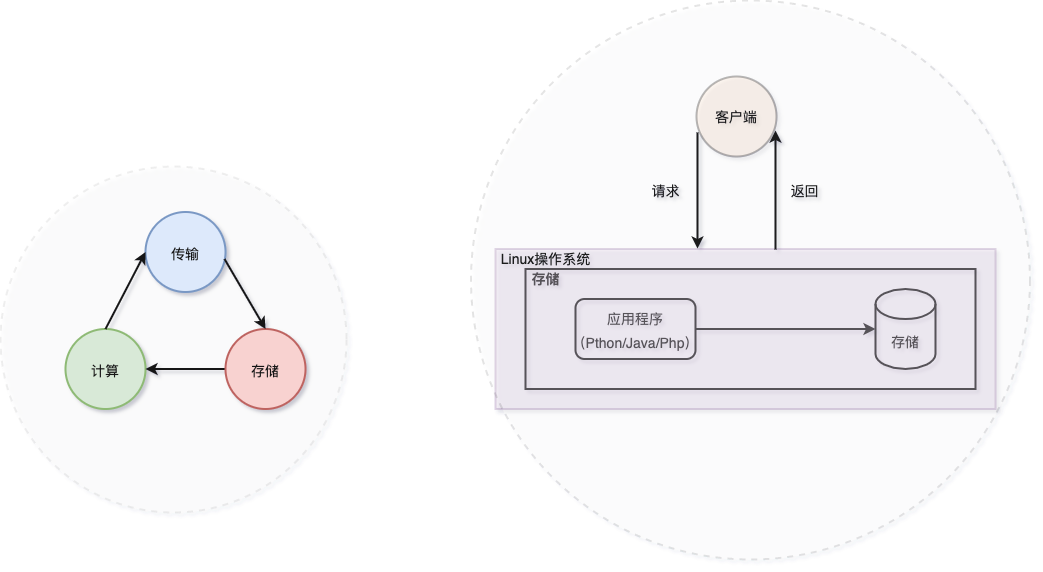
piqiu96/aqiucdn keeps this draw.io diagram as imgs/codelife/university/simple_example.png. Above is the earlier version. Source tidied: cells renumbered, new cells last; positions are measured from the earlier drawing's top-left corner, leaving out a move shared by most shapes. Its diagram source:
```xml
<mxGraphModel shadow="1">
  <root>
    <mxCell id="0" />
    <mxCell id="1" parent="0" />
    <mxCell id="2" value="&lt;font style=&quot;font-size: 14px&quot;&gt;传输&lt;/font&gt;" style="ellipse;whiteSpace=wrap;html=1;shadow=0;fontSize=20;strokeWidth=2;fillColor=#dae8fc;strokeColor=#6c8ebf;" parent="1" vertex="1">
      <mxGeometry x="145" y="211.5" width="80" height="80" as="geometry" />
    </mxCell>
    <mxCell id="3" value="&lt;font style=&quot;font-size: 14px&quot;&gt;计算&lt;/font&gt;" style="ellipse;whiteSpace=wrap;html=1;shadow=0;fontSize=20;strokeWidth=2;fillColor=#d5e8d4;strokeColor=#82b366;" parent="1" vertex="1">
      <mxGeometry x="65" y="328.5" width="80" height="80" as="geometry" />
    </mxCell>
    <mxCell id="4" style="edgeStyle=orthogonalEdgeStyle;rounded=0;jettySize=auto;html=1;fontSize=20;strokeWidth=2;" parent="1" edge="1" source="5" target="3">
      <mxGeometry relative="1" as="geometry" />
    </mxCell>
    <mxCell id="5" value="&lt;font style=&quot;font-size: 14px&quot;&gt;存储&lt;/font&gt;" style="ellipse;whiteSpace=wrap;html=1;shadow=0;fontSize=20;strokeWidth=2;fillColor=#f8cecc;strokeColor=#b85450;" parent="1" vertex="1">
      <mxGeometry x="225" y="328.5" width="80" height="80" as="geometry" />
    </mxCell>
    <mxCell id="6" style="endArrow=classic;html=1;rounded=1;fontSize=20;exitX=0.988;exitY=0.588;exitDx=0;exitDy=0;exitPerimeter=0;entryX=0.5;entryY=0;entryDx=0;entryDy=0;strokeWidth=2;" parent="1" edge="1" source="2" target="5">
      <mxGeometry relative="1" as="geometry" />
    </mxCell>
    <mxCell id="7" style="endArrow=classic;html=1;rounded=0;fontSize=20;entryX=0;entryY=0.5;entryDx=0;entryDy=0;exitX=0.5;exitY=0;exitDx=0;exitDy=0;strokeWidth=2;" parent="1" edge="1" source="3" target="2">
      <mxGeometry relative="1" as="geometry" />
    </mxCell>
    <mxCell id="8" style="edgeStyle=orthogonalEdgeStyle;rounded=1;jettySize=auto;html=1;fontSize=14;strokeWidth=2;entryX=0;entryY=0.5;entryDx=0;entryDy=0;entryPerimeter=0;" parent="1" edge="1" source="9" target="10">
      <mxGeometry relative="1" as="geometry" />
    </mxCell>
    <mxCell id="9" value="&lt;font style=&quot;font-size: 14px&quot;&gt;应用程序（Pthon/Java/Php）&lt;/font&gt;" style="rounded=1;whiteSpace=wrap;html=1;shadow=0;fontSize=20;strokeWidth=2;fillColor=none;" parent="1" vertex="1">
      <mxGeometry x="575" y="298.5" width="120" height="60" as="geometry" />
    </mxCell>
    <mxCell id="10" value="存储" style="shape=cylinder3;whiteSpace=wrap;html=1;boundedLbl=1;backgroundOutline=1;size=15;shadow=0;fontSize=14;strokeWidth=2;fillColor=none;" parent="1" vertex="1">
      <mxGeometry x="875" y="288.5" width="60" height="80" as="geometry" />
    </mxCell>
    <mxCell id="11" style="rounded=0;whiteSpace=wrap;html=1;shadow=0;fontSize=14;strokeWidth=2;fillColor=none;" parent="1" vertex="1">
      <mxGeometry x="525" y="268.5" width="450" height="120" as="geometry" />
    </mxCell>
    <mxCell id="12" value="&lt;font style=&quot;font-size: 14px&quot;&gt;存储&lt;/font&gt;" style="text;html=1;align=center;verticalAlign=middle;strokeColor=none;fillColor=none;fontSize=16;fontStyle=1;" parent="1" vertex="1">
      <mxGeometry x="525" y="269.5" width="40" height="20" as="geometry" />
    </mxCell>
    <mxCell id="13" style="rounded=0;whiteSpace=wrap;html=1;shadow=0;fontSize=16;strokeWidth=2;fillColor=#e1d5e7;labelBackgroundColor=none;opacity=30;strokeColor=#9673a6;" parent="1" vertex="1">
      <mxGeometry x="495" y="248.5" width="500" height="160" as="geometry" />
    </mxCell>
    <mxCell id="14" value="&lt;font style=&quot;font-size: 14px&quot;&gt;Linux操作系统&lt;/font&gt;" style="text;html=1;align=center;verticalAlign=middle;strokeColor=none;fillColor=none;fontSize=16;" parent="1" vertex="1">
      <mxGeometry x="495" y="248.5" width="100" height="20" as="geometry" />
    </mxCell>
    <mxCell id="15" value="客户端" style="ellipse;whiteSpace=wrap;html=1;shadow=0;labelBackgroundColor=none;fontSize=14;strokeWidth=2;fillColor=#FFE6CC;opacity=30;" parent="1" vertex="1">
      <mxGeometry x="696" y="76" width="80" height="80" as="geometry" />
    </mxCell>
    <mxCell id="16" style="endArrow=classic;html=1;rounded=1;fontSize=14;strokeWidth=2;entryX=0.404;entryY=-0.016;entryDx=0;entryDy=0;entryPerimeter=0;" parent="1" edge="1">
      <mxGeometry relative="1" as="geometry">
        <mxPoint x="697" y="132" as="sourcePoint" />
        <mxPoint x="697" y="247.9" as="targetPoint" />
        <Array as="points">
          <mxPoint x="697" y="172" />
          <mxPoint x="697" y="212" />
        </Array>
      </mxGeometry>
    </mxCell>
    <mxCell id="17" style="endArrow=classic;html=1;rounded=1;fontSize=14;strokeWidth=2;exitX=0.56;exitY=0.003;exitDx=0;exitDy=0;exitPerimeter=0;" parent="1" edge="1" source="13">
      <mxGeometry relative="1" as="geometry">
        <mxPoint x="775" y="130" as="targetPoint" />
      </mxGeometry>
    </mxCell>
    <mxCell id="18" value="请求" style="text;html=1;align=center;verticalAlign=middle;strokeColor=none;fillColor=none;fontSize=14;" parent="1" vertex="1">
      <mxGeometry x="645" y="180" width="40" height="20" as="geometry" />
    </mxCell>
    <mxCell id="19" value="返回" style="text;html=1;align=center;verticalAlign=middle;strokeColor=none;fillColor=none;fontSize=14;" parent="1" vertex="1">
      <mxGeometry x="784" y="180" width="40" height="20" as="geometry" />
    </mxCell>
    <mxCell id="20" style="ellipse;whiteSpace=wrap;html=1;shadow=0;labelBackgroundColor=none;fontSize=14;strokeWidth=2;fillColor=#f5f5f5;opacity=10;dashed=1;fontColor=#333333;strokeColor=#666666;" parent="1" vertex="1">
      <mxGeometry y="166" width="346" height="346" as="geometry" />
    </mxCell>
    <mxCell id="21" style="ellipse;whiteSpace=wrap;html=1;shadow=0;labelBackgroundColor=none;fontSize=14;strokeWidth=2;opacity=10;dashed=1;" parent="1" vertex="1">
      <mxGeometry x="470.5" width="559" height="559" as="geometry" />
    </mxCell>
  </root>
</mxGraphModel>
```
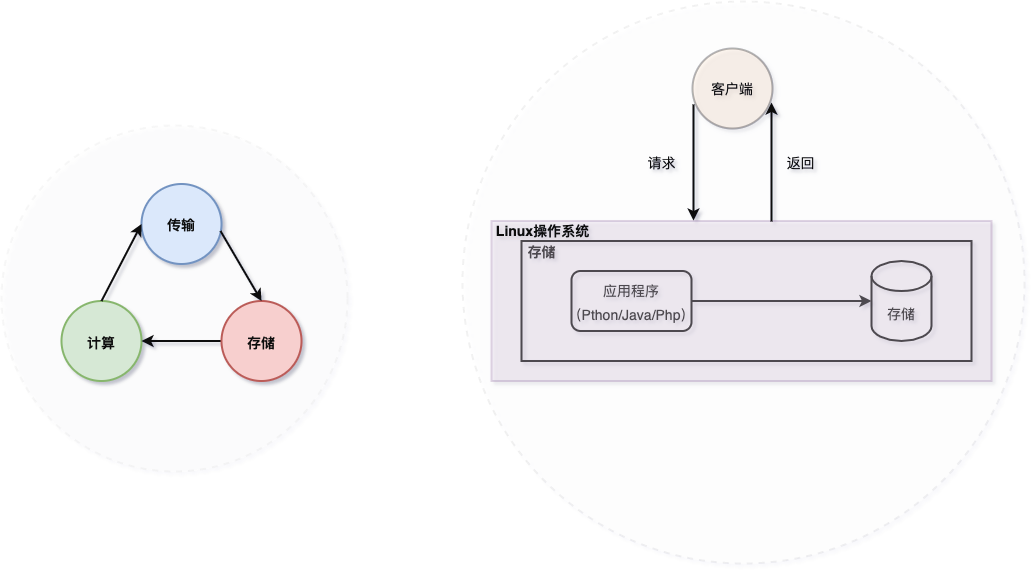
After the commit.

Change to the diagram source:
```diff
@@ -2,16 +2,16 @@
   <root>
     <mxCell id="0" />
     <mxCell id="1" parent="0" />
-    <mxCell id="2" value="&lt;font style=&quot;font-size: 14px&quot;&gt;传输&lt;/font&gt;" style="ellipse;whiteSpace=wrap;html=1;shadow=0;fontSize=20;strokeWidth=2;fillColor=#dae8fc;strokeColor=#6c8ebf;" parent="1" vertex="1">
+    <mxCell id="2" value="&lt;font style=&quot;font-size: 14px&quot;&gt;&lt;b&gt;传输&lt;/b&gt;&lt;/font&gt;" style="ellipse;whiteSpace=wrap;html=1;shadow=0;fontSize=20;strokeWidth=2;fillColor=#dae8fc;strokeColor=#6c8ebf;" parent="1" vertex="1">
       <mxGeometry x="145" y="211.5" width="80" height="80" as="geometry" />
     </mxCell>
-    <mxCell id="3" value="&lt;font style=&quot;font-size: 14px&quot;&gt;计算&lt;/font&gt;" style="ellipse;whiteSpace=wrap;html=1;shadow=0;fontSize=20;strokeWidth=2;fillColor=#d5e8d4;strokeColor=#82b366;" parent="1" vertex="1">
+    <mxCell id="3" value="&lt;font style=&quot;font-size: 14px&quot;&gt;&lt;b&gt;计算&lt;/b&gt;&lt;/font&gt;" style="ellipse;whiteSpace=wrap;html=1;shadow=0;fontSize=20;strokeWidth=2;fillColor=#d5e8d4;strokeColor=#82b366;" parent="1" vertex="1">
       <mxGeometry x="65" y="328.5" width="80" height="80" as="geometry" />
     </mxCell>
     <mxCell id="4" style="edgeStyle=orthogonalEdgeStyle;rounded=0;jettySize=auto;html=1;fontSize=20;strokeWidth=2;" parent="1" edge="1" source="5" target="3">
       <mxGeometry relative="1" as="geometry" />
     </mxCell>
-    <mxCell id="5" value="&lt;font style=&quot;font-size: 14px&quot;&gt;存储&lt;/font&gt;" style="ellipse;whiteSpace=wrap;html=1;shadow=0;fontSize=20;strokeWidth=2;fillColor=#f8cecc;strokeColor=#b85450;" parent="1" vertex="1">
+    <mxCell id="5" value="&lt;font style=&quot;font-size: 14px&quot;&gt;&lt;b&gt;存储&lt;/b&gt;&lt;/font&gt;" style="ellipse;whiteSpace=wrap;html=1;shadow=0;fontSize=20;strokeWidth=2;fillColor=#f8cecc;strokeColor=#b85450;" parent="1" vertex="1">
       <mxGeometry x="225" y="328.5" width="80" height="80" as="geometry" />
     </mxCell>
     <mxCell id="6" style="endArrow=classic;html=1;rounded=1;fontSize=20;exitX=0.988;exitY=0.588;exitDx=0;exitDy=0;exitPerimeter=0;entryX=0.5;entryY=0;entryDx=0;entryDy=0;strokeWidth=2;" parent="1" edge="1" source="2" target="5">
@@ -38,8 +38,8 @@
     <mxCell id="13" style="rounded=0;whiteSpace=wrap;html=1;shadow=0;fontSize=16;strokeWidth=2;fillColor=#e1d5e7;labelBackgroundColor=none;opacity=30;strokeColor=#9673a6;" parent="1" vertex="1">
       <mxGeometry x="495" y="248.5" width="500" height="160" as="geometry" />
     </mxCell>
-    <mxCell id="14" value="&lt;font style=&quot;font-size: 14px&quot;&gt;Linux操作系统&lt;/font&gt;" style="text;html=1;align=center;verticalAlign=middle;strokeColor=none;fillColor=none;fontSize=16;" parent="1" vertex="1">
-      <mxGeometry x="495" y="248.5" width="100" height="20" as="geometry" />
+    <mxCell id="14" value="&lt;font style=&quot;font-size: 14px&quot;&gt;&lt;b&gt;Linux操作系统&lt;/b&gt;&lt;/font&gt;" style="text;html=1;align=center;verticalAlign=middle;strokeColor=none;fillColor=none;fontSize=16;" parent="1" vertex="1">
+      <mxGeometry x="494" y="247.5" width="103" height="23" as="geometry" />
     </mxCell>
     <mxCell id="15" value="客户端" style="ellipse;whiteSpace=wrap;html=1;shadow=0;labelBackgroundColor=none;fontSize=14;strokeWidth=2;fillColor=#FFE6CC;opacity=30;" parent="1" vertex="1">
       <mxGeometry x="696" y="76" width="80" height="80" as="geometry" />
@@ -65,11 +65,11 @@
     <mxCell id="19" value="返回" style="text;html=1;align=center;verticalAlign=middle;strokeColor=none;fillColor=none;fontSize=14;" parent="1" vertex="1">
       <mxGeometry x="784" y="180" width="40" height="20" as="geometry" />
     </mxCell>
-    <mxCell id="20" style="ellipse;whiteSpace=wrap;html=1;shadow=0;labelBackgroundColor=none;fontSize=14;strokeWidth=2;fillColor=#f5f5f5;opacity=10;dashed=1;fontColor=#333333;strokeColor=#666666;" parent="1" vertex="1">
-      <mxGeometry y="166" width="346" height="346" as="geometry" />
+    <mxCell id="20" style="ellipse;whiteSpace=wrap;html=1;shadow=0;labelBackgroundColor=none;fontSize=14;strokeWidth=2;fillColor=#f5f5f5;opacity=5;dashed=1;fontColor=#333333;strokeColor=#666666;" parent="1" vertex="1">
+      <mxGeometry x="5" y="153" width="346" height="346" as="geometry" />
     </mxCell>
-    <mxCell id="21" style="ellipse;whiteSpace=wrap;html=1;shadow=0;labelBackgroundColor=none;fontSize=14;strokeWidth=2;opacity=10;dashed=1;" parent="1" vertex="1">
-      <mxGeometry x="470.5" width="559" height="559" as="geometry" />
+    <mxCell id="21" style="ellipse;whiteSpace=wrap;html=1;shadow=0;labelBackgroundColor=none;fontSize=14;strokeWidth=2;opacity=5;dashed=1;" parent="1" vertex="1">
+      <mxGeometry x="466" y="29" width="562" height="562" as="geometry" />
     </mxCell>
   </root>
 </mxGraphModel>
```
